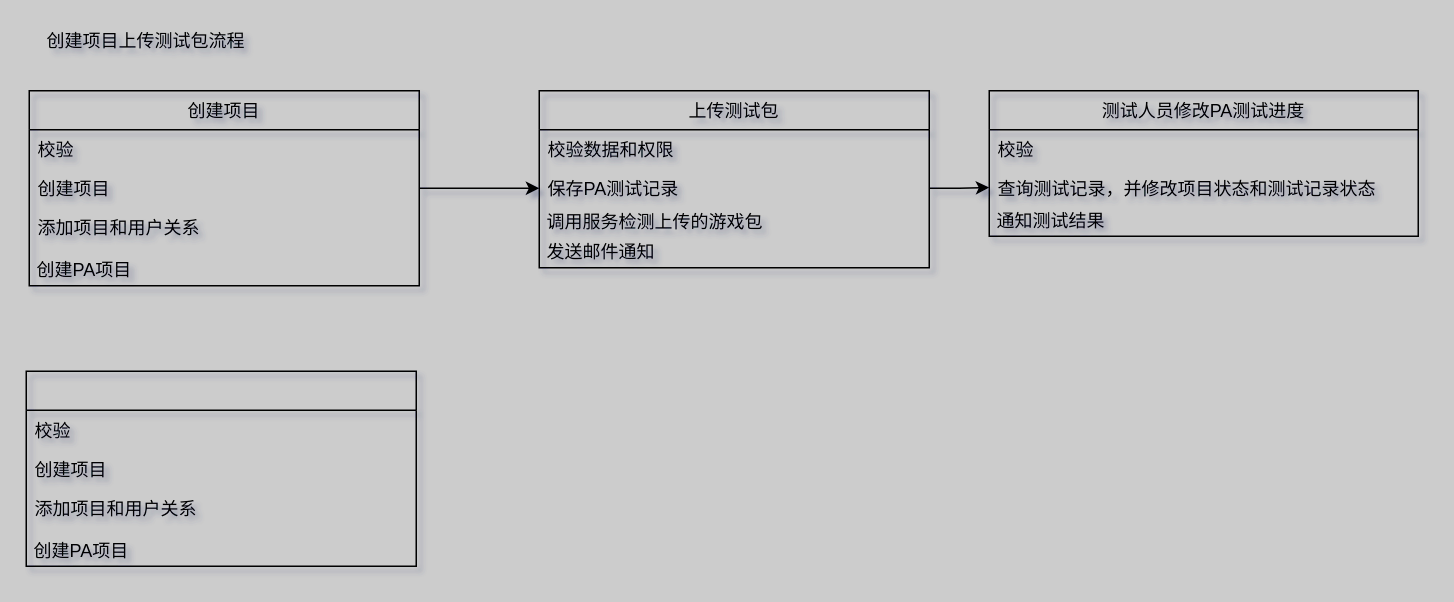
Above: Untitled Diagram.drawio in concurrentWang/SpringBoot-Labs (draw.io), before the change. Source tidied: cells renumbered, new cells numbered last; positions are measured from the earlier drawing's top-left corner, leaving out a move shared by most shapes. Both pictures are drawn from the tidied source at 150%, with x=0, y=0 at pixel (26, 26).
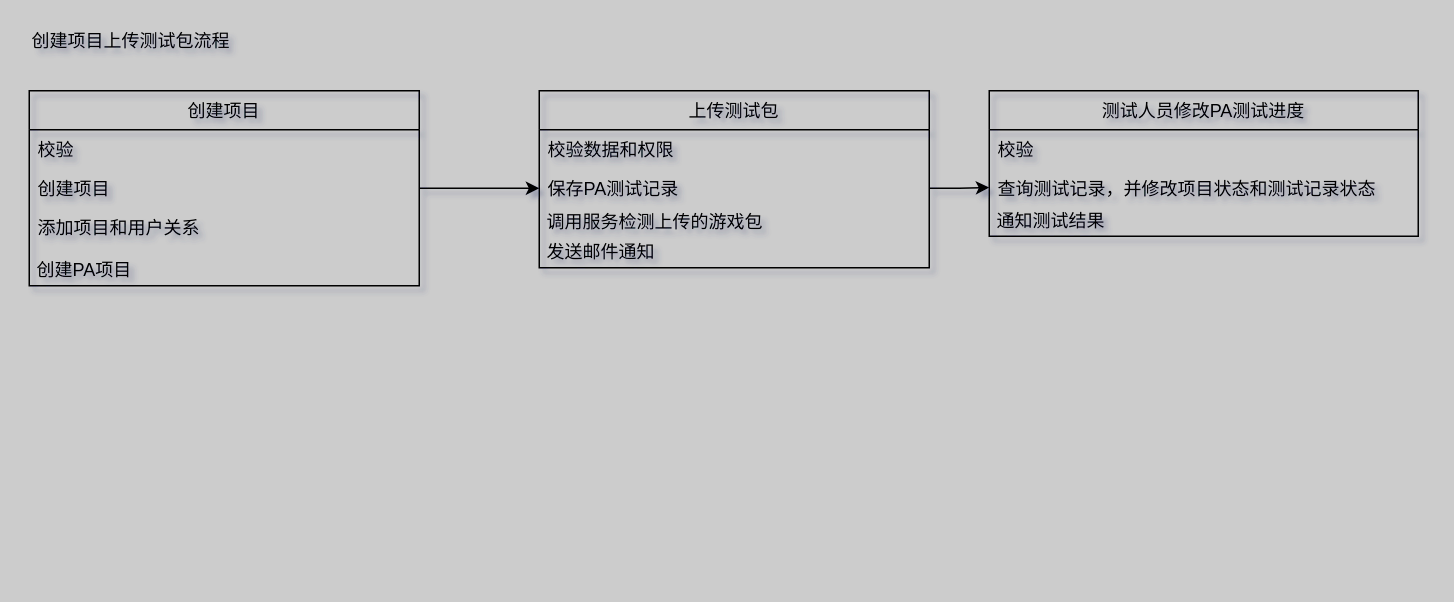
After the change.

What changed in the source:
```diff
@@
-    <mxCell id="18" value="创建项目上传测试包流程" style="text;html=1;strokeColor=none;fillColor=none;align=center;verticalAlign=middle;whiteSpace=wrap;rounded=0;" parent="1" vertex="1">
+    <mxCell id="18" value="创建项目上传测试包流程" style="text;html=1;strokeColor=none;fillColor=none;align=left;verticalAlign=middle;whiteSpace=wrap;rounded=0;" parent="1" vertex="1">
       <mxGeometry x="2" width="156" height="20" as="geometry" />
     </mxCell>
-    <mxCell id="19" style="swimlane;fontStyle=0;horizontal=1;startSize=26;fillColor=none;" parent="1" vertex="1">
-      <mxGeometry y="230" width="260" height="130" as="geometry" />
-    </mxCell>
-    <mxCell id="20" value="校验" style="text;strokeColor=none;fillColor=none;align=left;verticalAlign=top;spacingLeft=4;spacingRight=4;overflow=hidden;" parent="19" vertex="1">
-      <mxGeometry y="26" width="260" height="26" as="geometry" />
-    </mxCell>
-    <mxCell id="21" value="创建项目" style="text;strokeColor=none;fillColor=none;align=left;verticalAlign=top;spacingLeft=4;spacingRight=4;overflow=hidden;" parent="19" vertex="1">
-      <mxGeometry y="52" width="260" height="26" as="geometry" />
-    </mxCell>
-    <mxCell id="22" value="添加项目和用户关系&#10;" style="text;strokeColor=none;fillColor=none;align=left;verticalAlign=top;spacingLeft=4;spacingRight=4;overflow=hidden;" parent="19" vertex="1">
-      <mxGeometry y="78" width="260" height="32" as="geometry" />
-    </mxCell>
-    <mxCell id="23" value="&lt;span&gt;&amp;nbsp;创建PA项目&lt;/span&gt;" style="text;html=1;strokeColor=none;fillColor=none;align=left;verticalAlign=middle;whiteSpace=wrap;rounded=0;" parent="19" vertex="1">
-      <mxGeometry y="110" width="260" height="20" as="geometry" />
-    </mxCell>
```
